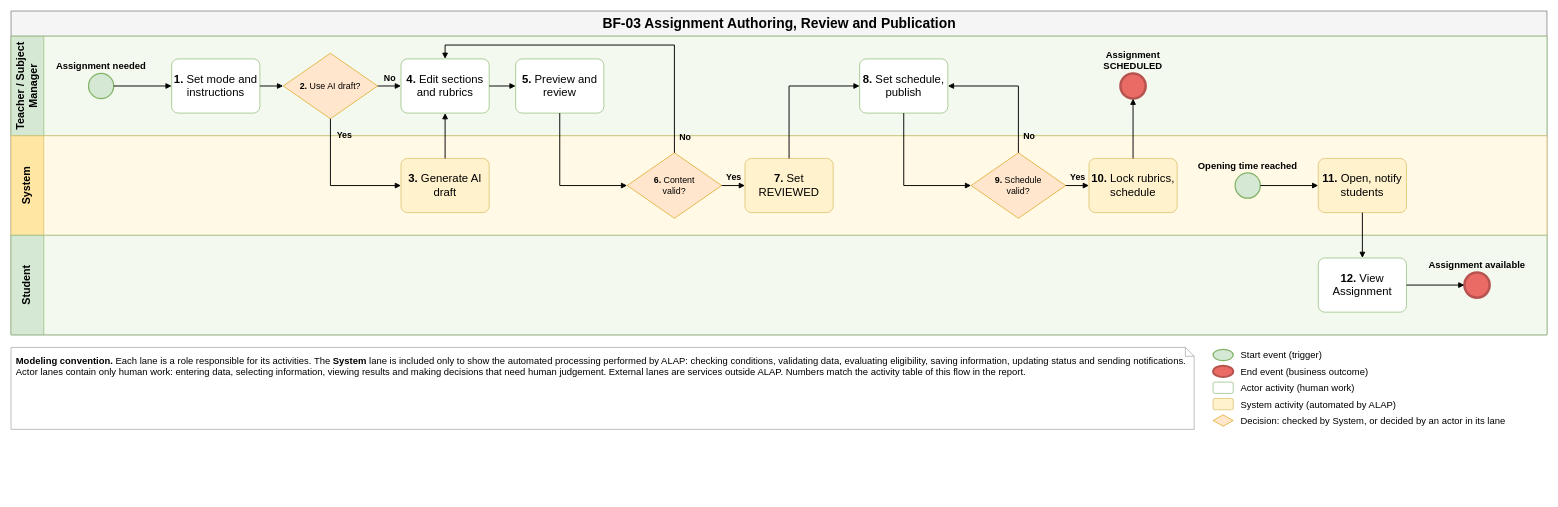
Earlier version of the draw.io diagram aidlc-docs/inception/main-business-flows/BF-03-Assignment-Authoring-Review-and-Publication.drawio (hygef-v4/AI-Powered-Learning-Platform). Source tidied: cells renumbered, new cells numbered last; positions are measured from the earlier drawing's top-left corner, leaving out a move shared by most shapes. Both pictures are drawn from the tidied source at 63%, with x=0, y=0 at pixel (11, 11).
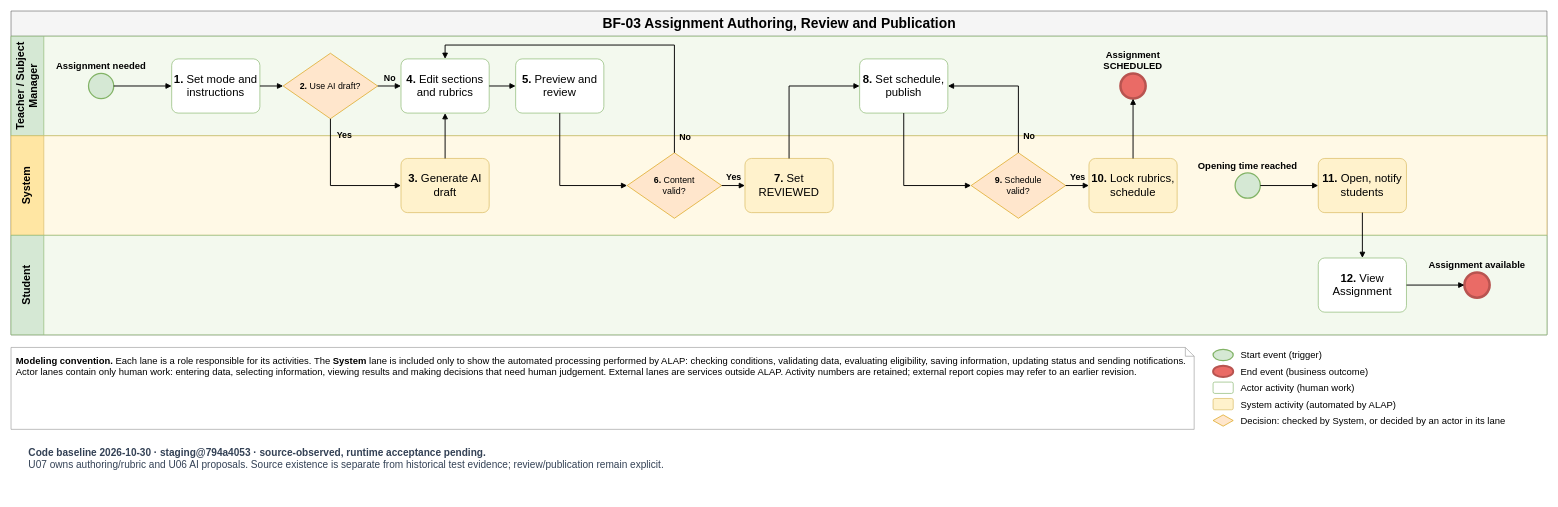
Above is the later version.

What changed in the source:
```diff
@@
-    <mxCell id="39" value="&lt;b&gt;Modeling convention.&lt;/b&gt; Each lane is a role responsible for its activities. The &lt;b&gt;System&lt;/b&gt; lane is included only to show the automated processing performed by ALAP: checking conditions, validating data, evaluating eligibility, saving information, updating status and sending notifications. Actor lanes contain only human work: entering data, selecting information, viewing results and making decisions that need human judgement. External lanes are services outside ALAP. Numbers match the activity table of this flow in the report." style="shape=note;whiteSpace=wrap;html=1;size=14;fillColor=#FFFFFF;strokeColor=#999999;fontSize=15;align=left;verticalAlign=top;spacing=8;" parent="1" vertex="1">
+    <mxCell id="39" value="&lt;b&gt;Modeling convention.&lt;/b&gt; Each lane is a role responsible for its activities. The &lt;b&gt;System&lt;/b&gt; lane is included only to show the automated processing performed by ALAP: checking conditions, validating data, evaluating eligibility, saving information, updating status and sending notifications. Actor lanes contain only human work: entering data, selecting information, viewing results and making decisions that need human judgement. External lanes are services outside ALAP. Activity numbers are retained; external report copies may refer to an earlier revision." style="shape=note;whiteSpace=wrap;html=1;size=14;fillColor=#FFFFFF;strokeColor=#999999;fontSize=15;align=left;verticalAlign=top;spacing=8;" parent="1" vertex="1">
       <mxGeometry y="534" width="1878" height="130" as="geometry" />
     </mxCell>
@@
+    <mxCell id="50" value="&lt;b&gt;Code baseline 2026-10-30 · staging@794a4053 · source-observed, runtime acceptance pending.&lt;/b&gt;&lt;br&gt;U07 owns authoring/rubric and U06 AI proposals. Source existence is separate from historical test evidence; review/publication remain explicit." style="text;html=1;whiteSpace=wrap;align=left;verticalAlign=top;fontSize=16;fontColor=#334155;spacing=8;" parent="1" vertex="1">
+      <mxGeometry x="20" y="679" width="2398" height="90" as="geometry" />
+    </mxCell>
```
